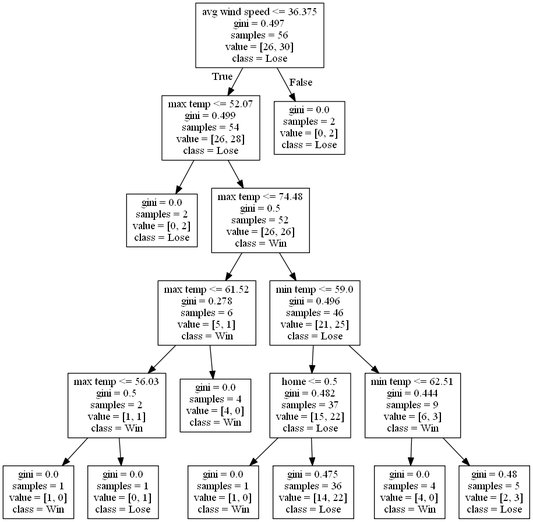
alexana-steck/CSE482Project keeps this Graphviz diagram as DecisionTrees/decision_tree_no_score_or_attendance3.png. Above is the earlier version. Its source is kept beside it as DecisionTrees/decision_tree_no_score_or_attendance3.dot.
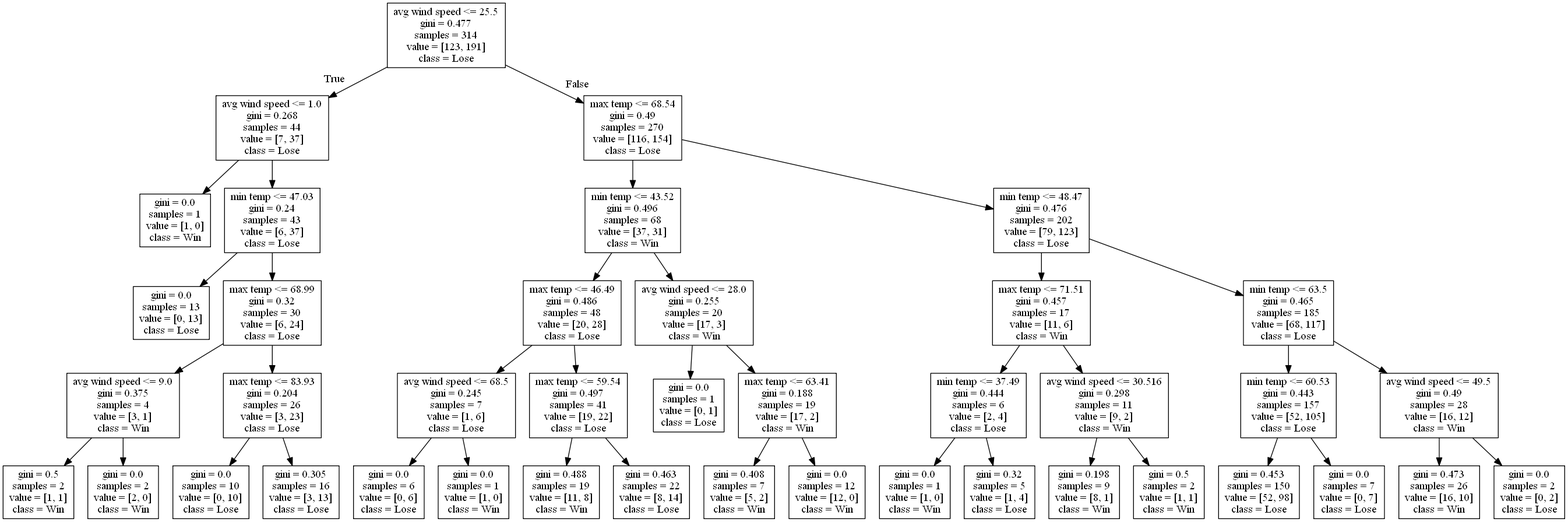
The same file after the commit.

Diff of the diagram source:
```diff
@@ -1,36 +1,84 @@
 digraph Tree {
 node [shape=box] ;
-0 [label="avg wind speed <= 36.375\ngini = 0.497\nsamples = 56\nvalue = [26, 30]\nclass = Lose"] ;
-1 [label="max temp <= 52.07\ngini = 0.499\nsamples = 54\nvalue = [26, 28]\nclass = Lose"] ;
+0 [label="avg wind speed <= 25.5\ngini = 0.477\nsamples = 314\nvalue = [123, 191]\nclass = Lose"] ;
+1 [label="avg wind speed <= 1.0\ngini = 0.268\nsamples = 44\nvalue = [7, 37]\nclass = Lose"] ;
 0 -> 1 [labeldistance=2.5, labelangle=45, headlabel="True"] ;
-2 [label="gini = 0.0\nsamples = 2\nvalue = [0, 2]\nclass = Lose"] ;
+2 [label="gini = 0.0\nsamples = 1\nvalue = [1, 0]\nclass = Win"] ;
 1 -> 2 ;
-3 [label="max temp <= 74.48\ngini = 0.5\nsamples = 52\nvalue = [26, 26]\nclass = Win"] ;
+3 [label="min temp <= 47.03\ngini = 0.24\nsamples = 43\nvalue = [6, 37]\nclass = Lose"] ;
 1 -> 3 ;
-4 [label="max temp <= 61.52\ngini = 0.278\nsamples = 6\nvalue = [5, 1]\nclass = Win"] ;
+4 [label="gini = 0.0\nsamples = 13\nvalue = [0, 13]\nclass = Lose"] ;
 3 -> 4 ;
-5 [label="max temp <= 56.03\ngini = 0.5\nsamples = 2\nvalue = [1, 1]\nclass = Win"] ;
-4 -> 5 ;
-6 [label="gini = 0.0\nsamples = 1\nvalue = [1, 0]\nclass = Win"] ;
+5 [label="max temp <= 68.99\ngini = 0.32\nsamples = 30\nvalue = [6, 24]\nclass = Lose"] ;
+3 -> 5 ;
+6 [label="avg wind speed <= 9.0\ngini = 0.375\nsamples = 4\nvalue = [3, 1]\nclass = Win"] ;
 5 -> 6 ;
-7 [label="gini = 0.0\nsamples = 1\nvalue = [0, 1]\nclass = Lose"] ;
-5 -> 7 ;
-8 [label="gini = 0.0\nsamples = 4\nvalue = [4, 0]\nclass = Win"] ;
-4 -> 8 ;
-9 [label="min temp <= 59.0\ngini = 0.496\nsamples = 46\nvalue = [21, 25]\nclass = Lose"] ;
-3 -> 9 ;
-10 [label="home <= 0.5\ngini = 0.482\nsamples = 37\nvalue = [15, 22]\nclass = Lose"] ;
+7 [label="gini = 0.5\nsamples = 2\nvalue = [1, 1]\nclass = Win"] ;
+6 -> 7 ;
+8 [label="gini = 0.0\nsamples = 2\nvalue = [2, 0]\nclass = Win"] ;
+6 -> 8 ;
+9 [label="max temp <= 83.93\ngini = 0.204\nsamples = 26\nvalue = [3, 23]\nclass = Lose"] ;
+5 -> 9 ;
+10 [label="gini = 0.0\nsamples = 10\nvalue = [0, 10]\nclass = Lose"] ;
 9 -> 10 ;
-11 [label="gini = 0.0\nsamples = 1\nvalue = [1, 0]\nclass = Win"] ;
-10 -> 11 ;
-12 [label="gini = 0.475\nsamples = 36\nvalue = [14, 22]\nclass = Lose"] ;
-10 -> 12 ;
-13 [label="min temp <= 62.51\ngini = 0.444\nsamples = 9\nvalue = [6, 3]\nclass = Win"] ;
-9 -> 13 ;
-14 [label="gini = 0.0\nsamples = 4\nvalue = [4, 0]\nclass = Win"] ;
+11 [label="gini = 0.305\nsamples = 16\nvalue = [3, 13]\nclass = Lose"] ;
+9 -> 11 ;
+12 [label="max temp <= 68.54\ngini = 0.49\nsamples = 270\nvalue = [116, 154]\nclass = Lose"] ;
+0 -> 12 [labeldistance=2.5, labelangle=-45, headlabel="False"] ;
+13 [label="min temp <= 43.52\ngini = 0.496\nsamples = 68\nvalue = [37, 31]\nclass = Win"] ;
+12 -> 13 ;
+14 [label="max temp <= 46.49\ngini = 0.486\nsamples = 48\nvalue = [20, 28]\nclass = Lose"] ;
 13 -> 14 ;
-15 [label="gini = 0.48\nsamples = 5\nvalue = [2, 3]\nclass = Lose"] ;
-13 -> 15 ;
-16 [label="gini = 0.0\nsamples = 2\nvalue = [0, 2]\nclass = Lose"] ;
-0 -> 16 [labeldistance=2.5, labelangle=-45, headlabel="False"] ;
+15 [label="avg wind speed <= 68.5\ngini = 0.245\nsamples = 7\nvalue = [1, 6]\nclass = Lose"] ;
+14 -> 15 ;
+16 [label="gini = 0.0\nsamples = 6\nvalue = [0, 6]\nclass = Lose"] ;
+15 -> 16 ;
+17 [label="gini = 0.0\nsamples = 1\nvalue = [1, 0]\nclass = Win"] ;
+15 -> 17 ;
+18 [label="max temp <= 59.54\ngini = 0.497\nsamples = 41\nvalue = [19, 22]\nclass = Lose"] ;
+14 -> 18 ;
+19 [label="gini = 0.488\nsamples = 19\nvalue = [11, 8]\nclass = Win"] ;
+18 -> 19 ;
+20 [label="gini = 0.463\nsamples = 22\nvalue = [8, 14]\nclass = Lose"] ;
+18 -> 20 ;
+21 [label="avg wind speed <= 28.0\ngini = 0.255\nsamples = 20\nvalue = [17, 3]\nclass = Win"] ;
+13 -> 21 ;
+22 [label="gini = 0.0\nsamples = 1\nvalue = [0, 1]\nclass = Lose"] ;
+21 -> 22 ;
+23 [label="max temp <= 63.41\ngini = 0.188\nsamples = 19\nvalue = [17, 2]\nclass = Win"] ;
+21 -> 23 ;
+24 [label="gini = 0.408\nsamples = 7\nvalue = [5, 2]\nclass = Win"] ;
+23 -> 24 ;
+25 [label="gini = 0.0\nsamples = 12\nvalue = [12, 0]\nclass = Win"] ;
+23 -> 25 ;
+26 [label="min temp <= 48.47\ngini = 0.476\nsamples = 202\nvalue = [79, 123]\nclass = Lose"] ;
+12 -> 26 ;
+27 [label="max temp <= 71.51\ngini = 0.457\nsamples = 17\nvalue = [11, 6]\nclass = Win"] ;
+26 -> 27 ;
+28 [label="min temp <= 37.49\ngini = 0.444\nsamples = 6\nvalue = [2, 4]\nclass = Lose"] ;
+27 -> 28 ;
+29 [label="gini = 0.0\nsamples = 1\nvalue = [1, 0]\nclass = Win"] ;
+28 -> 29 ;
+30 [label="gini = 0.32\nsamples = 5\nvalue = [1, 4]\nclass = Lose"] ;
+28 -> 30 ;
+31 [label="avg wind speed <= 30.516\ngini = 0.298\nsamples = 11\nvalue = [9, 2]\nclass = Win"] ;
+27 -> 31 ;
+32 [label="gini = 0.198\nsamples = 9\nvalue = [8, 1]\nclass = Win"] ;
+31 -> 32 ;
+33 [label="gini = 0.5\nsamples = 2\nvalue = [1, 1]\nclass = Win"] ;
+31 -> 33 ;
+34 [label="min temp <= 63.5\ngini = 0.465\nsamples = 185\nvalue = [68, 117]\nclass = Lose"] ;
+26 -> 34 ;
+35 [label="min temp <= 60.53\ngini = 0.443\nsamples = 157\nvalue = [52, 105]\nclass = Lose"] ;
+34 -> 35 ;
+36 [label="gini = 0.453\nsamples = 150\nvalue = [52, 98]\nclass = Lose"] ;
+35 -> 36 ;
+37 [label="gini = 0.0\nsamples = 7\nvalue = [0, 7]\nclass = Lose"] ;
+35 -> 37 ;
+38 [label="avg wind speed <= 49.5\ngini = 0.49\nsamples = 28\nvalue = [16, 12]\nclass = Win"] ;
+34 -> 38 ;
+39 [label="gini = 0.473\nsamples = 26\nvalue = [16, 10]\nclass = Win"] ;
+38 -> 39 ;
+40 [label="gini = 0.0\nsamples = 2\nvalue = [0, 2]\nclass = Lose"] ;
+38 -> 40 ;
 }
```
